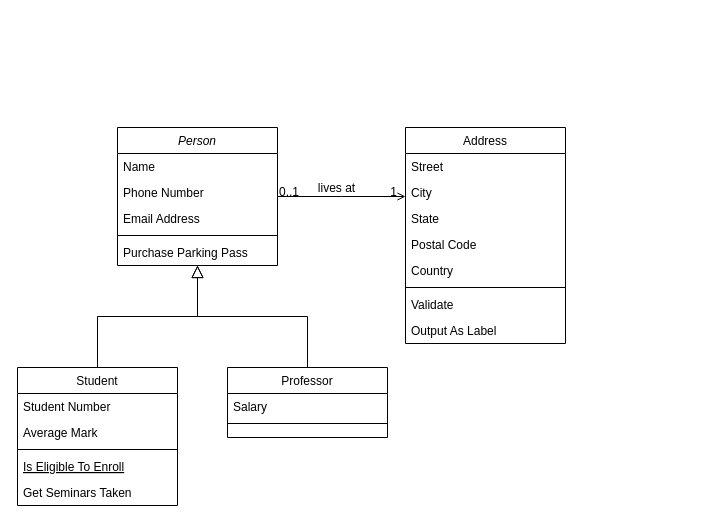
Earlier version of the draw.io diagram Başlıksız Diyagram.drawio (zehraCoskun/oop-odevleri). Source tidied: cells renumbered, new cells numbered last; positions are measured from the earlier drawing's top-left corner, leaving out a move shared by most shapes. Both pictures are drawn from the tidied source at 100%, with x=0, y=0 at pixel (17, 127).
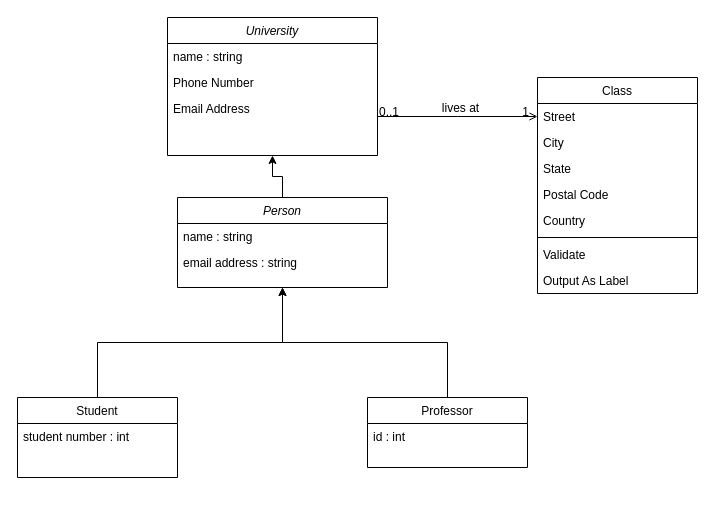
The same page after the edit.

What changed in the source:
```diff
@@
-    <mxCell id="2" value="Person" style="swimlane;fontStyle=2;align=center;verticalAlign=top;horizontal=1;startSize=26;rounded=0;shadow=0;strokeWidth=1;" parent="1" vertex="1">
-      <mxGeometry x="100" width="160" height="138" as="geometry" />
+    <mxCell id="2" value="University" style="swimlane;fontStyle=2;align=center;verticalAlign=top;horizontal=1;startSize=26;rounded=0;shadow=0;strokeWidth=1;" parent="1" vertex="1">
+      <mxGeometry x="150" y="-110" width="210" height="138" as="geometry" />
     </mxCell>
-    <mxCell id="3" value="Name" style="text;align=left;verticalAlign=top;spacingLeft=4;spacingRight=4;overflow=hidden;" parent="2" vertex="1">
-      <mxGeometry y="26" width="160" height="26" as="geometry" />
+    <mxCell id="3" value="name : string" style="text;align=left;verticalAlign=top;spacingLeft=4;spacingRight=4;overflow=hidden;" parent="2" vertex="1">
+      <mxGeometry y="26" width="210" height="26" as="geometry" />
     </mxCell>
     <mxCell id="4" value="Phone Number" style="text;align=left;verticalAlign=top;spacingLeft=4;spacingRight=4;overflow=hidden;rounded=0;shadow=0;html=0;" parent="2" vertex="1">
-      <mxGeometry y="52" width="160" height="26" as="geometry" />
+      <mxGeometry y="52" width="210" height="26" as="geometry" />
     </mxCell>
     <mxCell id="5" value="Email Address" style="text;align=left;verticalAlign=top;spacingLeft=4;spacingRight=4;overflow=hidden;rounded=0;shadow=0;html=0;" parent="2" vertex="1">
-      <mxGeometry y="78" width="160" height="26" as="geometry" />
+      <mxGeometry y="78" width="210" height="26" as="geometry" />
     </mxCell>
-    <mxCell id="6" style="line;html=1;strokeWidth=1;align=left;verticalAlign=middle;spacingTop=-1;spacingLeft=3;spacingRight=3;labelPosition=right;" parent="2" vertex="1">
-      <mxGeometry y="104" width="160" height="8" as="geometry" />
-    </mxCell>
-    <mxCell id="7" value="Purchase Parking Pass" style="text;align=left;verticalAlign=top;spacingLeft=4;spacingRight=4;overflow=hidden;" parent="2" vertex="1">
-      <mxGeometry y="112" width="160" height="26" as="geometry" />
-    </mxCell>
+    <mxCell id="32" style="edgeStyle=orthogonalEdgeStyle;rounded=0;jettySize=auto;html=1;" parent="1" edge="1" source="8" target="35">
+      <mxGeometry relative="1" as="geometry" />
+    </mxCell>
     <mxCell id="8" value="Student" style="swimlane;fontStyle=0;align=center;verticalAlign=top;horizontal=1;startSize=26;rounded=0;shadow=0;strokeWidth=1;" parent="1" vertex="1">
-      <mxGeometry y="240" width="160" height="138" as="geometry" />
+      <mxGeometry y="270" width="160" height="80" as="geometry" />
     </mxCell>
-    <mxCell id="9" value="Student Number" style="text;align=left;verticalAlign=top;spacingLeft=4;spacingRight=4;overflow=hidden;" parent="8" vertex="1">
-      <mxGeometry y="26" width="160" height="26" as="geometry" />
+    <mxCell id="9" value="student number : int&#10;&#10;" style="text;align=left;verticalAlign=top;spacingLeft=4;spacingRight=4;overflow=hidden;" parent="8" vertex="1">
+      <mxGeometry y="26" width="160" height="54" as="geometry" />
     </mxCell>
-    <mxCell id="10" value="Average Mark" style="text;align=left;verticalAlign=top;spacingLeft=4;spacingRight=4;overflow=hidden;rounded=0;shadow=0;html=0;" parent="8" vertex="1">
-      <mxGeometry y="52" width="160" height="26" as="geometry" />
-    </mxCell>
-    <mxCell id="11" style="line;html=1;strokeWidth=1;align=left;verticalAlign=middle;spacingTop=-1;spacingLeft=3;spacingRight=3;labelPosition=right;" parent="8" vertex="1">
-      <mxGeometry y="78" width="160" height="8" as="geometry" />
-    </mxCell>
-    <mxCell id="12" value="Is Eligible To Enroll" style="text;align=left;verticalAlign=top;spacingLeft=4;spacingRight=4;overflow=hidden;fontStyle=4;" parent="8" vertex="1">
-      <mxGeometry y="86" width="160" height="26" as="geometry" />
-    </mxCell>
-    <mxCell id="13" value="Get Seminars Taken" style="text;align=left;verticalAlign=top;spacingLeft=4;spacingRight=4;overflow=hidden;" parent="8" vertex="1">
-      <mxGeometry y="112" width="160" height="26" as="geometry" />
-    </mxCell>
-    <mxCell id="14" style="endArrow=block;endSize=10;endFill=0;shadow=0;strokeWidth=1;rounded=0;edgeStyle=elbowEdgeStyle;elbow=vertical;" parent="1" edge="1" source="8" target="2">
-      <mxGeometry relative="1" as="geometry" />
-    </mxCell>
+    <mxCell id="33" style="edgeStyle=orthogonalEdgeStyle;rounded=0;jettySize=auto;html=1;" parent="1" edge="1" source="15" target="35">
+      <mxGeometry relative="1" as="geometry" />
+    </mxCell>
     <mxCell id="15" value="Professor" style="swimlane;fontStyle=0;align=center;verticalAlign=top;horizontal=1;startSize=26;rounded=0;shadow=0;strokeWidth=1;" parent="1" vertex="1">
-      <mxGeometry x="210" y="240" width="160" height="70" as="geometry" />
+      <mxGeometry x="350" y="270" width="160" height="70" as="geometry" />
     </mxCell>
-    <mxCell id="16" value="Salary" style="text;align=left;verticalAlign=top;spacingLeft=4;spacingRight=4;overflow=hidden;" parent="15" vertex="1">
+    <mxCell id="16" value="id : int" style="text;align=left;verticalAlign=top;spacingLeft=4;spacingRight=4;overflow=hidden;" parent="15" vertex="1">
       <mxGeometry y="26" width="160" height="26" as="geometry" />
     </mxCell>
-    <mxCell id="17" style="line;html=1;strokeWidth=1;align=left;verticalAlign=middle;spacingTop=-1;spacingLeft=3;spacingRight=3;labelPosition=right;" parent="15" vertex="1">
-      <mxGeometry y="52" width="160" height="8" as="geometry" />
-    </mxCell>
-    <mxCell id="18" style="endArrow=block;endSize=10;endFill=0;shadow=0;strokeWidth=1;rounded=0;edgeStyle=elbowEdgeStyle;elbow=vertical;" parent="1" edge="1" source="15" target="2">
-      <mxGeometry relative="1" as="geometry" />
-    </mxCell>
-    <mxCell id="19" value="Address" style="swimlane;fontStyle=0;align=center;verticalAlign=top;horizontal=1;startSize=26;rounded=0;shadow=0;strokeWidth=1;" parent="1" vertex="1">
-      <mxGeometry x="388" width="160" height="216" as="geometry" />
+    <mxCell id="19" value="Class" style="swimlane;fontStyle=0;align=center;verticalAlign=top;horizontal=1;startSize=26;rounded=0;shadow=0;strokeWidth=1;" parent="1" vertex="1">
+      <mxGeometry x="520" y="-50" width="160" height="216" as="geometry" />
     </mxCell>
@@
+    <mxCell id="34" style="edgeStyle=orthogonalEdgeStyle;rounded=0;jettySize=auto;html=1;" parent="1" edge="1" source="35" target="2">
+      <mxGeometry relative="1" as="geometry" />
+    </mxCell>
+    <mxCell id="35" value="Person" style="swimlane;fontStyle=2;align=center;verticalAlign=top;horizontal=1;startSize=26;rounded=0;shadow=0;strokeWidth=1;" parent="1" vertex="1">
+      <mxGeometry x="160" y="70" width="210" height="90" as="geometry" />
+    </mxCell>
+    <mxCell id="36" value="name : string" style="text;align=left;verticalAlign=top;spacingLeft=4;spacingRight=4;overflow=hidden;" parent="35" vertex="1">
+      <mxGeometry y="26" width="210" height="26" as="geometry" />
+    </mxCell>
+    <mxCell id="37" value="email address : string" style="text;align=left;verticalAlign=top;spacingLeft=4;spacingRight=4;overflow=hidden;rounded=0;shadow=0;html=0;" parent="35" vertex="1">
+      <mxGeometry y="52" width="210" height="26" as="geometry" />
+    </mxCell>
```
